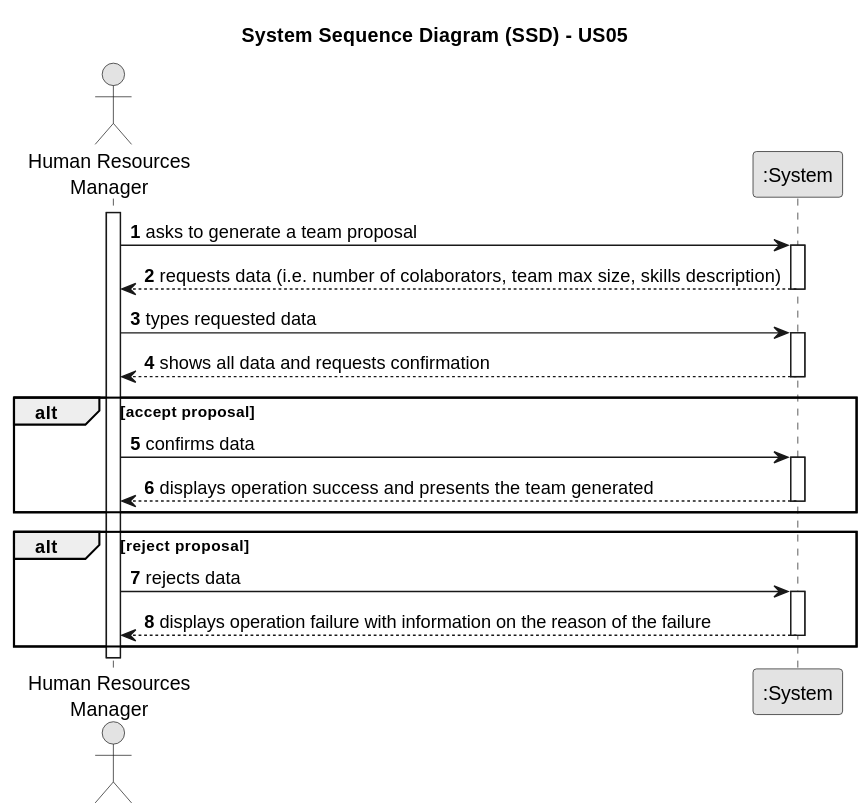
Paulo-Pereira-at-ISEP/lei-24-s2-1nanb-g321 keeps this PlantUML diagram as docs/sprintA/us05/01.requirements-engineering/svg/us05-system-sequence-diagram.svg. Above is the earlier version. Its diagram source:
```plantuml
@startuml
skinparam monochrome true
skinparam packageStyle rectangle
skinparam shadowing false

title System Sequence Diagram (SSD) - US05

autonumber

actor "Human Resources\nManager" as Employee
participant ":System" as System

activate Employee

    Employee -> System : asks to generate a team proposal
    activate System

        System --> Employee : requests data (i.e. number of colaborators, team max size, skills description)
    deactivate System

    Employee -> System : types requested data
    activate System

        System --> Employee : shows all data and requests confirmation
    deactivate System

    alt accept proposal

    Employee -> System : confirms data
    activate System

        System --> Employee : displays operation success and presents the team generated
    deactivate System

    end

    alt reject proposal

    Employee -> System : rejects data
        activate System

            System --> Employee : displays operation failure with information on the reason of the failure
        deactivate System

    end
@enduml
```
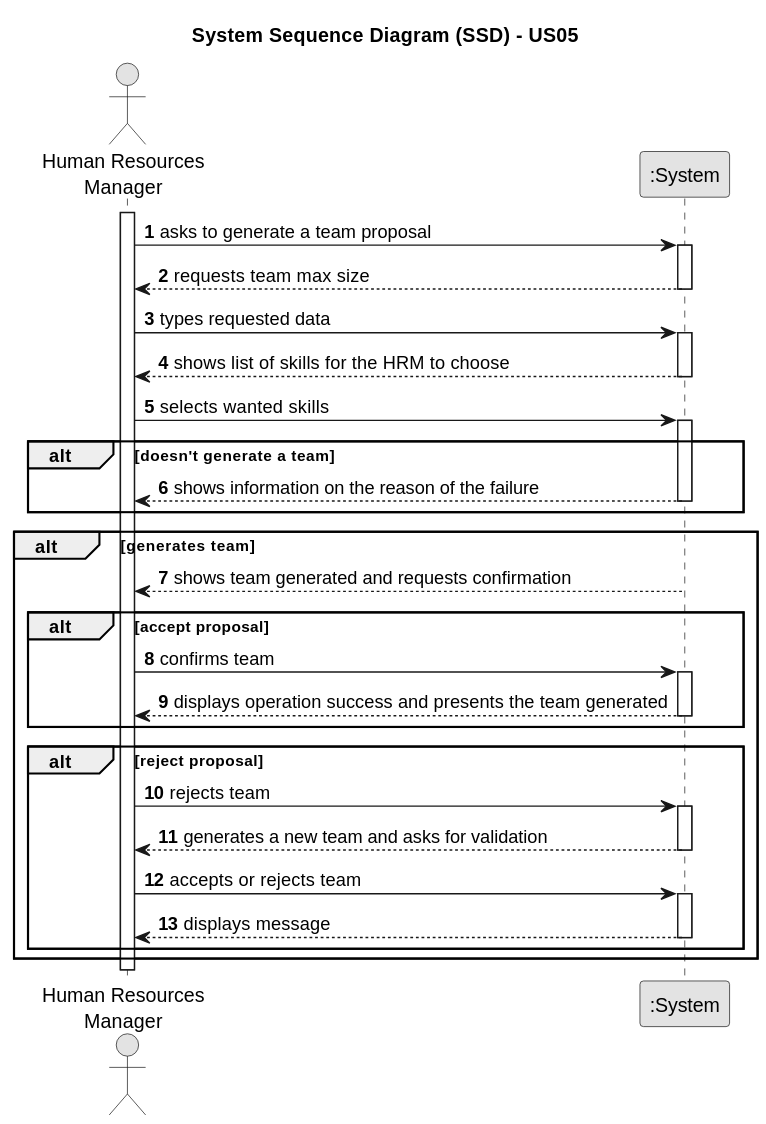
After the change.

Commit message:
LGGPM-35 - US05 SSD update

Change to the diagram source:
```diff
@@ -15,18 +15,34 @@
     Employee -> System : asks to generate a team proposal
     activate System
 
-        System --> Employee : requests data (i.e. number of colaborators, team max size, skills description)
+        System --> Employee : requests team max size
     deactivate System
 
     Employee -> System : types requested data
     activate System
 
-        System --> Employee : shows all data and requests confirmation
+        System --> Employee : shows list of skills for the HRM to choose
     deactivate System
+
+    Employee -> System : selects wanted skills
+        activate System
+
+
+    alt doesn't generate a team
+
+        System --> Employee : shows information on the reason of the failure
+            deactivate System
+
+    end
+
+    alt generates team
+
+    System --> Employee : shows team generated and requests confirmation
+        deactivate System
 
     alt accept proposal
 
-    Employee -> System : confirms data
+    Employee -> System : confirms team
     activate System
 
         System --> Employee : displays operation success and presents the team generated
@@ -36,11 +52,18 @@
 
     alt reject proposal
 
-    Employee -> System : rejects data
+    Employee -> System : rejects team
         activate System
 
-            System --> Employee : displays operation failure with information on the reason of the failure
+            System --> Employee : generates a new team and asks for validation
+        deactivate System
+    Employee -> System : accepts or rejects team
+        activate System
+
+            System --> Employee : displays message
         deactivate System
 
     end
+
+    end
 @enduml
```
